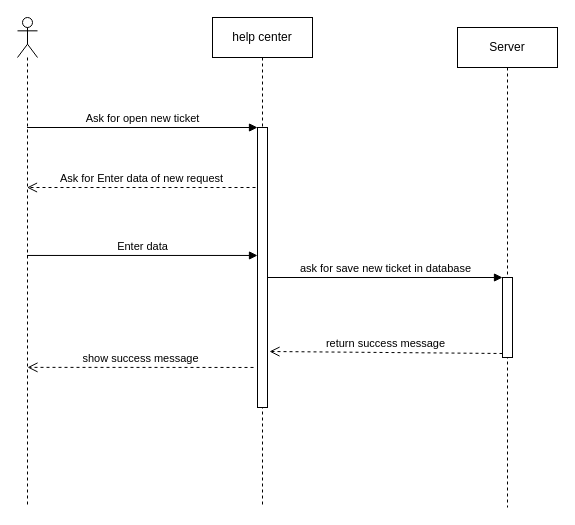
Above: Behavioral Modeling/SequenceDiagram/helpCenterNewTicket.drawio in kargaranamir/Travelink (draw.io), before the change. Source tidied: cells renumbered, new cells numbered last; positions are measured from the earlier drawing's top-left corner, leaving out a move shared by most shapes. Both pictures are drawn from the tidied source at 100%, with x=0, y=0 at pixel (17, 17).
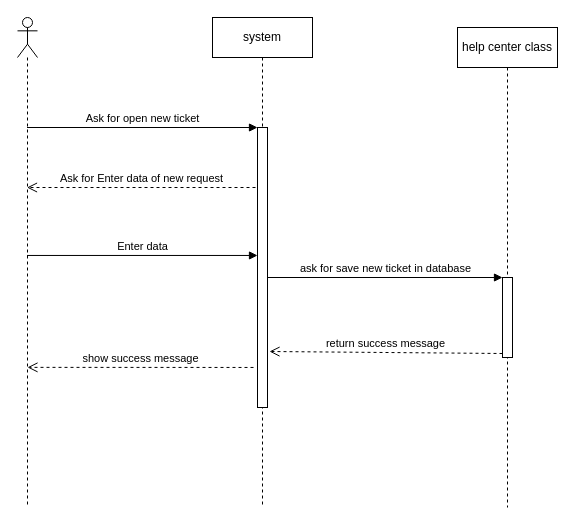
The same page after the edit.

Diff of the diagram source:
```diff
@@
 <mxGraphModel>
   <root>
     <mxCell id="0" />
     <mxCell id="1" parent="0" />
     <mxCell id="2" style="shape=umlLifeline;participant=umlActor;perimeter=lifelinePerimeter;whiteSpace=wrap;html=1;verticalAlign=top;spacingTop=36;labelBackgroundColor=#ffffff;outlineConnect=0;" parent="1" vertex="1">
       <mxGeometry width="20" height="490" as="geometry" />
     </mxCell>
-    <mxCell id="3" value="help center&lt;br&gt;" style="shape=umlLifeline;perimeter=lifelinePerimeter;whiteSpace=wrap;html=1;" parent="1" vertex="1">
+    <mxCell id="3" value="system&lt;br&gt;" style="shape=umlLifeline;perimeter=lifelinePerimeter;whiteSpace=wrap;html=1;" parent="1" vertex="1">
       <mxGeometry x="195" width="100" height="490" as="geometry" />
     </mxCell>
     <mxCell id="4" style="html=1;points=[];perimeter=orthogonalPerimeter;" parent="3" vertex="1">
       <mxGeometry x="45" y="110" width="10" height="280" as="geometry" />
     </mxCell>
     <mxCell id="5" value="Ask for open new ticket" style="html=1;verticalAlign=bottom;endArrow=block;entryX=0;entryY=0;" parent="1" edge="1" source="2" target="4">
       <mxGeometry relative="1" as="geometry" />
     </mxCell>
     <mxCell id="6" value="Ask for Enter data of new request" style="html=1;verticalAlign=bottom;endArrow=open;dashed=1;endSize=8;" parent="1" edge="1" target="2">
       <mxGeometry relative="1" as="geometry">
         <mxPoint x="238" y="170" as="sourcePoint" />
       </mxGeometry>
     </mxCell>
     <mxCell id="7" value="Enter data" style="html=1;verticalAlign=bottom;endArrow=block;entryX=0;entryY=0.457;entryDx=0;entryDy=0;entryPerimeter=0;" parent="1" edge="1" source="2" target="4">
       <mxGeometry relative="1" as="geometry" />
     </mxCell>
-    <mxCell id="8" value="Server" style="shape=umlLifeline;perimeter=lifelinePerimeter;whiteSpace=wrap;html=1;" parent="1" vertex="1">
+    <mxCell id="8" value="help center class" style="shape=umlLifeline;perimeter=lifelinePerimeter;whiteSpace=wrap;html=1;" parent="1" vertex="1">
       <mxGeometry x="440" y="10" width="100" height="480" as="geometry" />
     </mxCell>
     <mxCell id="9" style="html=1;points=[];perimeter=orthogonalPerimeter;" parent="8" vertex="1">
       <mxGeometry x="45" y="250" width="10" height="80" as="geometry" />
     </mxCell>
     <mxCell id="10" value="ask for save new ticket in database" style="html=1;verticalAlign=bottom;endArrow=block;entryX=0;entryY=0;" parent="1" edge="1" source="4" target="9">
       <mxGeometry relative="1" as="geometry" />
     </mxCell>
     <mxCell id="11" value="return success message" style="html=1;verticalAlign=bottom;endArrow=open;dashed=1;endSize=8;exitX=0;exitY=0.95;entryX=1.2;entryY=0.8;entryDx=0;entryDy=0;entryPerimeter=0;" parent="1" edge="1" source="9" target="4">
       <mxGeometry relative="1" as="geometry" />
     </mxCell>
     <mxCell id="12" value="show success message" style="html=1;verticalAlign=bottom;endArrow=open;dashed=1;endSize=8;exitX=-0.4;exitY=0.857;exitDx=0;exitDy=0;exitPerimeter=0;entryX=0.5;entryY=0.714;entryDx=0;entryDy=0;entryPerimeter=0;" parent="1" edge="1" source="4" target="2">
       <mxGeometry relative="1" as="geometry" />
     </mxCell>
   </root>
 </mxGraphModel>
```
